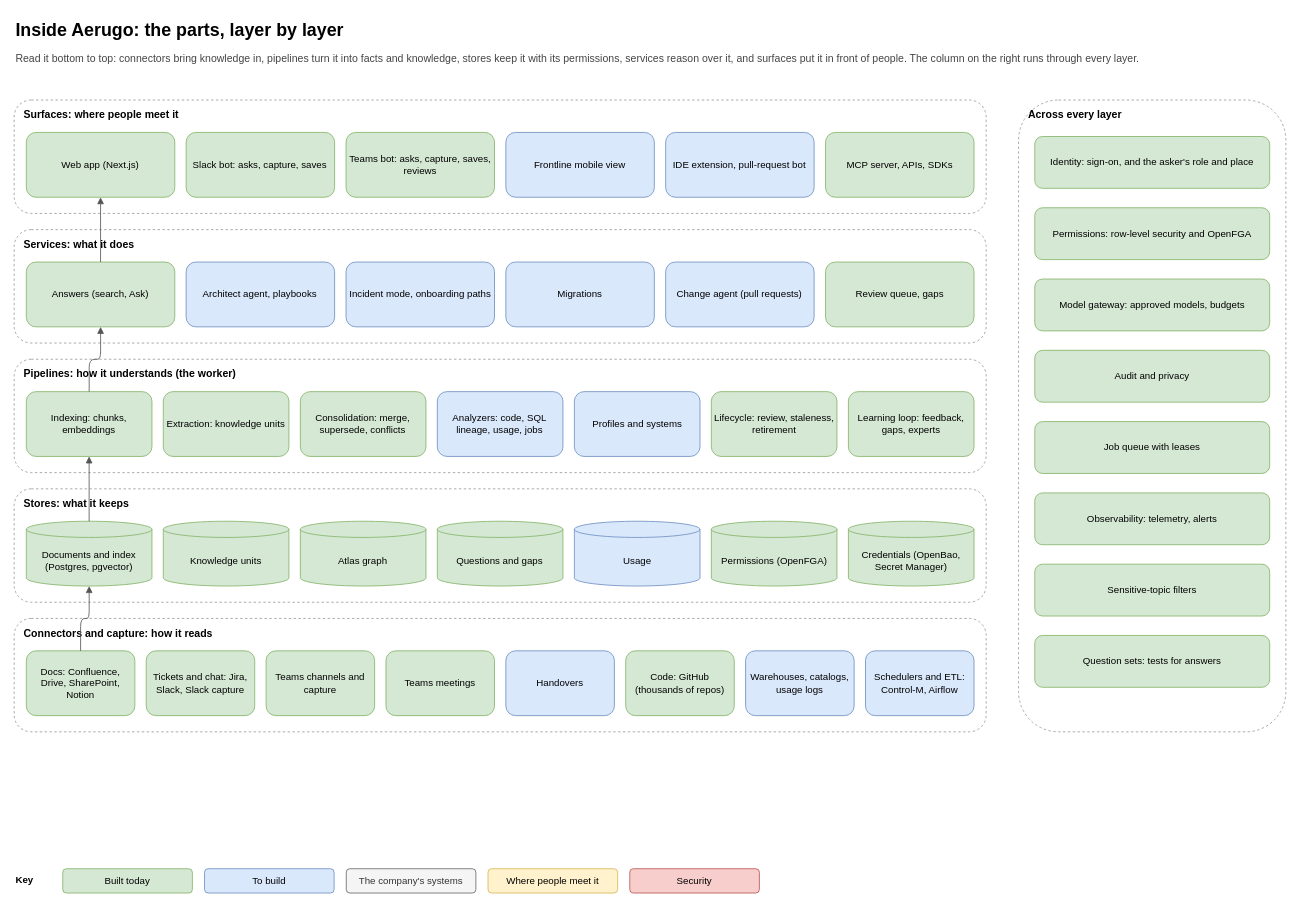
aerugo-hq/aerugo-self-host keeps this draw.io diagram as page "2. Components" (2 of 10) of docs/architecture/aerugo-architecture.drawio. Above is the earlier version. Source tidied: cells renumbered, new cells numbered last; positions are measured from the earlier drawing's top-left corner, leaving out a move shared by most shapes. Both pictures are drawn from the tidied source at 81%, with x=0, y=0 at pixel (14, 14).
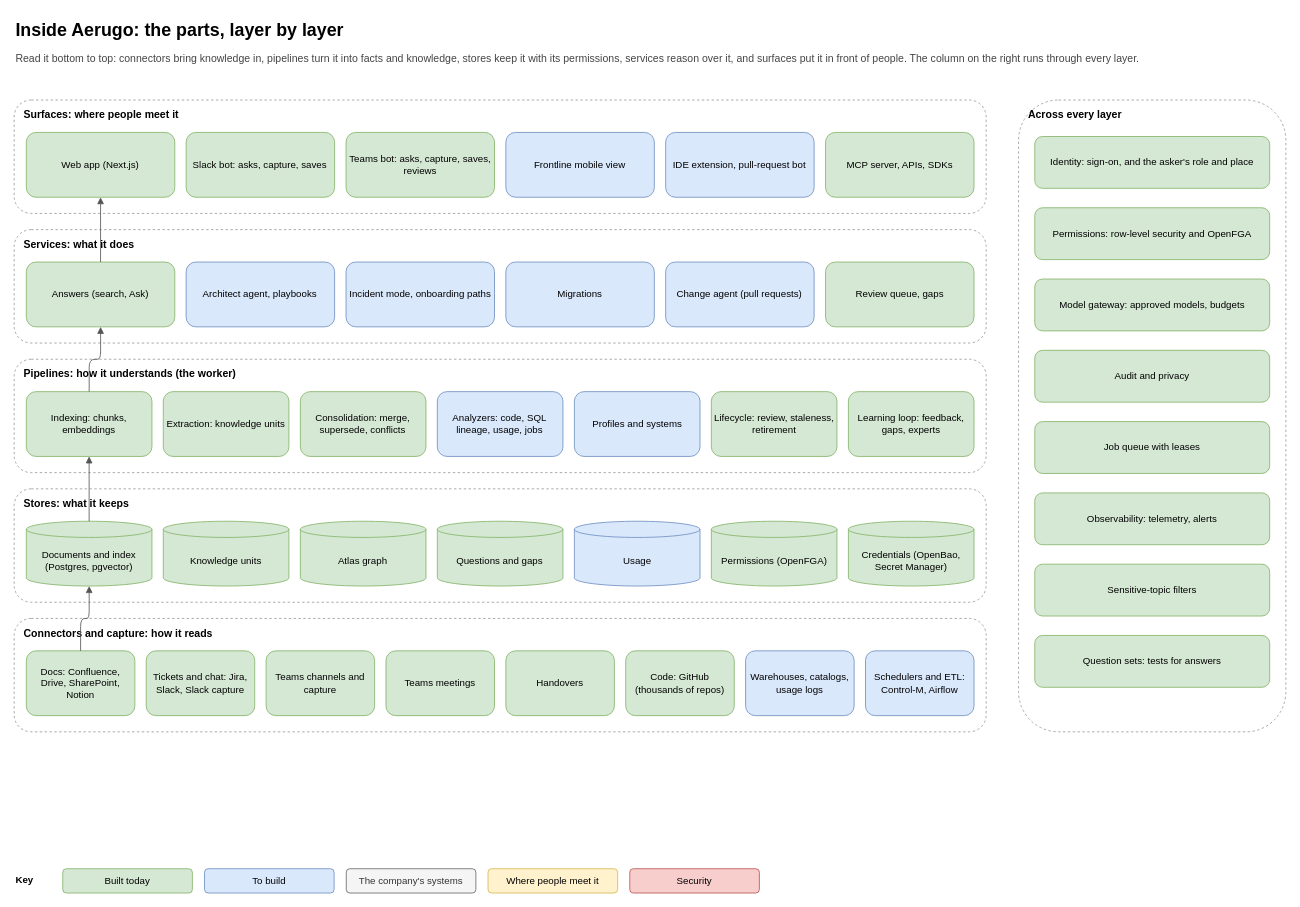
The same page after the edit.

The edit, as a diff of the source:
```diff
@@
-    <mxCell id="39" value="Handovers" style="rounded=1;whiteSpace=wrap;html=1;fillColor=#dae8fc;strokeColor=#6c8ebf;fontSize=12;" parent="1" vertex="1">
+    <mxCell id="39" value="Handovers" style="rounded=1;whiteSpace=wrap;html=1;fillColor=#d5e8d4;strokeColor=#82b366;fontSize=12;" parent="1" vertex="1">
       <mxGeometry x="607" y="786" width="134" height="80" as="geometry" />
     </mxCell>
```
